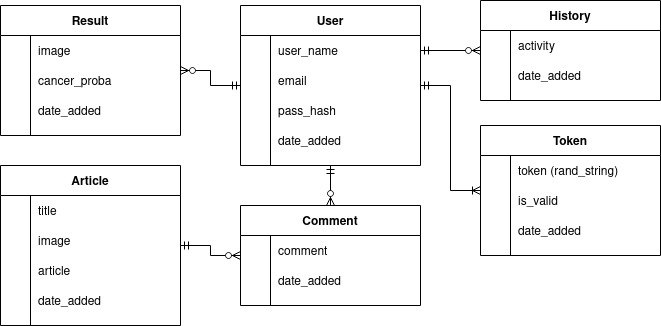
Before: Project Diagrams/Project Diagrams-ERD.png, a diagram exported from draw.io (Blue-Birman/Bangkit-Capstone-Project-B21-CAP0005). Source tidied: cells renumbered, new cells last; positions are measured from the earlier drawing's top-left corner, leaving out a move shared by most shapes.
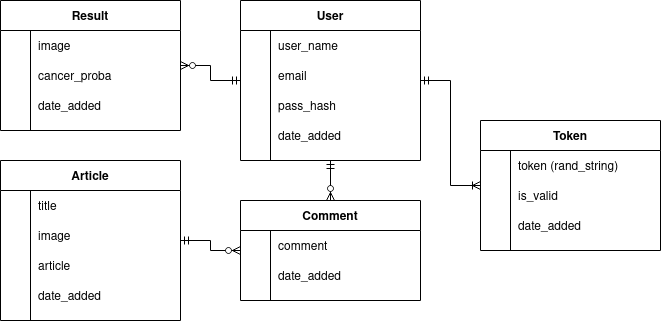
Later version of the same file.

The edit, as a diff of the source:
```diff
@@ -77,30 +77,6 @@
     <mxCell id="26" value="date_added" style="shape=partialRectangle;fillColor=none;top=0;left=0;bottom=0;right=0;align=left;spacingLeft=6;overflow=hidden;" parent="24" vertex="1">
       <mxGeometry x="30" width="150" height="30" as="geometry" />
     </mxCell>
-    <mxCell id="27" style="edgeStyle=orthogonalEdgeStyle;rounded=0;jettySize=auto;html=1;startArrow=ERzeroToMany;startFill=1;endArrow=ERmandOne;endFill=0;" parent="1" edge="1" source="28" target="5">
-      <mxGeometry relative="1" as="geometry" />
-    </mxCell>
-    <mxCell id="28" value="History" style="shape=table;startSize=30;rowLines=0;fontStyle=1;align=center;" parent="1" vertex="1">
-      <mxGeometry x="480" width="180" height="100" as="geometry" />
-    </mxCell>
-    <mxCell id="29" style="shape=partialRectangle;fillColor=none;top=0;left=0;bottom=0;right=0;" parent="28" vertex="1">
-      <mxGeometry y="30" width="180" height="30" as="geometry" />
-    </mxCell>
-    <mxCell id="30" style="shape=partialRectangle;fillColor=none;top=0;left=0;bottom=0;right=0;overflow=hidden;" parent="29" vertex="1">
-      <mxGeometry width="30" height="30" as="geometry" />
-    </mxCell>
-    <mxCell id="31" value="activity" style="shape=partialRectangle;fillColor=none;top=0;left=0;bottom=0;right=0;align=left;spacingLeft=6;overflow=hidden;" parent="29" vertex="1">
-      <mxGeometry x="30" width="150" height="30" as="geometry" />
-    </mxCell>
-    <mxCell id="32" style="shape=partialRectangle;fillColor=none;top=0;left=0;bottom=0;right=0;" parent="28" vertex="1">
-      <mxGeometry y="60" width="180" height="30" as="geometry" />
-    </mxCell>
-    <mxCell id="33" style="shape=partialRectangle;fillColor=none;top=0;left=0;bottom=0;right=0;overflow=hidden;" parent="32" vertex="1">
-      <mxGeometry width="30" height="30" as="geometry" />
-    </mxCell>
-    <mxCell id="34" value="date_added" style="shape=partialRectangle;fillColor=none;top=0;left=0;bottom=0;right=0;align=left;spacingLeft=6;overflow=hidden;" parent="32" vertex="1">
-      <mxGeometry x="30" width="150" height="30" as="geometry" />
-    </mxCell>
     <mxCell id="35" style="edgeStyle=orthogonalEdgeStyle;rounded=0;jettySize=auto;html=1;startArrow=ERmandOne;startFill=0;endArrow=ERzeroToMany;endFill=1;" parent="1" edge="1" source="36" target="49">
       <mxGeometry relative="1" as="geometry" />
     </mxCell>
```
